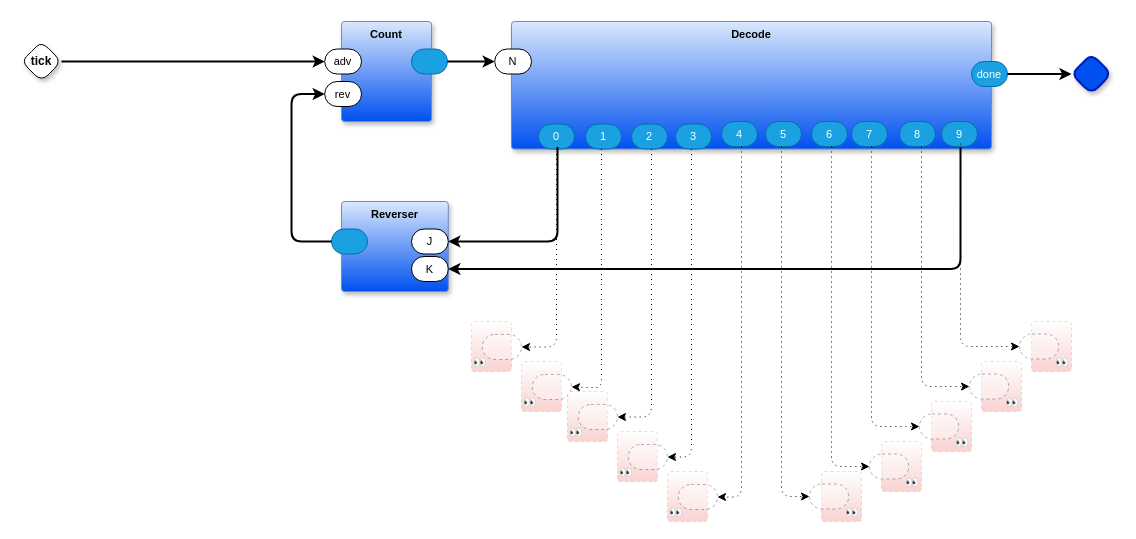
guitarvydas/rtlarson keeps this draw.io diagram as page "Larson" (2 of 2) of scanner.drawio. Above is the earlier version. Source tidied: cells renumbered, new cells numbered last; positions are measured from the earlier drawing's top-left corner, leaving out a move shared by most shapes. Both pictures are drawn from the tidied source at 100%, with x=0, y=0 at pixel (21, 21).
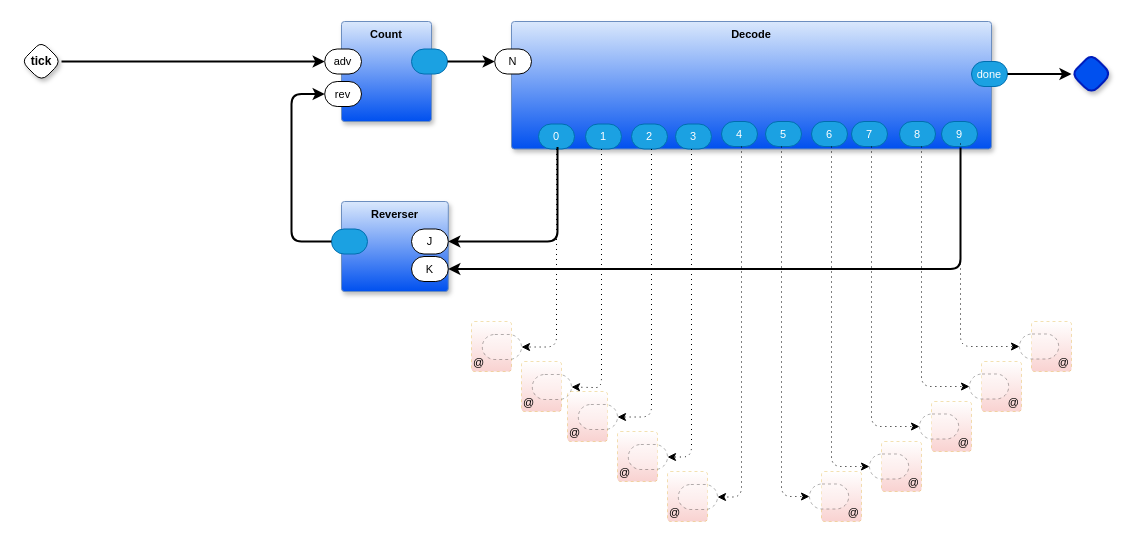
The same diagram, later.

Diff of the diagram source:
```diff
@@
-    <mxCell id="29" value="👀" style="rounded=1;sketch=0;verticalAlign=bottom;arcSize=6;fontStyle=0;absoluteArcSize=1;shadow=0;strokeColor=#d79b00;fillColor=#FFFFFF;fontFamily=Helvetica;fontSize=11;dashed=1;opacity=30;align=right;gradientColor=#EA6B66;fontColor=default;labelBackgroundColor=none;" parent="1" vertex="1">
+    <mxCell id="29" value="@" style="rounded=1;sketch=0;verticalAlign=bottom;arcSize=6;fontStyle=0;absoluteArcSize=1;shadow=0;strokeColor=#d79b00;fillColor=#FFFFFF;fontFamily=Helvetica;fontSize=11;dashed=1;opacity=30;align=right;gradientColor=#EA6B66;fontColor=default;labelBackgroundColor=none;" parent="1" vertex="1">
       <mxGeometry x="1010" y="300" width="40" height="50" as="geometry" />
     </mxCell>
@@
-    <mxCell id="32" value="👀" style="rounded=1;sketch=0;verticalAlign=bottom;arcSize=6;fontStyle=0;absoluteArcSize=1;shadow=0;strokeColor=#d79b00;fillColor=#FFFFFF;fontFamily=Helvetica;fontSize=11;dashed=1;opacity=30;align=right;gradientColor=#EA6B66;fontColor=default;labelBackgroundColor=none;" parent="1" vertex="1">
+    <mxCell id="32" value="@" style="rounded=1;sketch=0;verticalAlign=bottom;arcSize=6;fontStyle=0;absoluteArcSize=1;shadow=0;strokeColor=#d79b00;fillColor=#FFFFFF;fontFamily=Helvetica;fontSize=11;dashed=1;opacity=30;align=right;gradientColor=#EA6B66;fontColor=default;labelBackgroundColor=none;" parent="1" vertex="1">
       <mxGeometry x="960" y="340" width="40" height="50" as="geometry" />
     </mxCell>
@@
-    <mxCell id="34" value="👀" style="rounded=1;sketch=0;verticalAlign=bottom;arcSize=6;fontStyle=0;absoluteArcSize=1;shadow=0;strokeColor=#d79b00;fillColor=#FFFFFF;fontFamily=Helvetica;fontSize=11;dashed=1;opacity=30;align=right;gradientColor=#EA6B66;fontColor=default;labelBackgroundColor=none;" parent="1" vertex="1">
+    <mxCell id="34" value="@" style="rounded=1;sketch=0;verticalAlign=bottom;arcSize=6;fontStyle=0;absoluteArcSize=1;shadow=0;strokeColor=#d79b00;fillColor=#FFFFFF;fontFamily=Helvetica;fontSize=11;dashed=1;opacity=30;align=right;gradientColor=#EA6B66;fontColor=default;labelBackgroundColor=none;" parent="1" vertex="1">
       <mxGeometry x="910" y="380" width="40" height="50" as="geometry" />
     </mxCell>
@@
-    <mxCell id="36" value="👀" style="rounded=1;sketch=0;verticalAlign=bottom;arcSize=6;fontStyle=0;absoluteArcSize=1;shadow=0;strokeColor=#d79b00;fillColor=#FFFFFF;fontFamily=Helvetica;fontSize=11;dashed=1;opacity=30;align=right;gradientColor=#EA6B66;fontColor=default;labelBackgroundColor=none;" parent="1" vertex="1">
+    <mxCell id="36" value="@" style="rounded=1;sketch=0;verticalAlign=bottom;arcSize=6;fontStyle=0;absoluteArcSize=1;shadow=0;strokeColor=#d79b00;fillColor=#FFFFFF;fontFamily=Helvetica;fontSize=11;dashed=1;opacity=30;align=right;gradientColor=#EA6B66;fontColor=default;labelBackgroundColor=none;" parent="1" vertex="1">
       <mxGeometry x="860" y="420" width="40" height="50" as="geometry" />
     </mxCell>
@@
-    <mxCell id="38" value="👀" style="rounded=1;sketch=0;verticalAlign=bottom;arcSize=6;fontStyle=0;absoluteArcSize=1;shadow=0;strokeColor=#d79b00;fillColor=#FFFFFF;fontFamily=Helvetica;fontSize=11;dashed=1;opacity=30;align=right;gradientColor=#EA6B66;fontColor=default;labelBackgroundColor=none;" parent="1" vertex="1">
+    <mxCell id="38" value="@" style="rounded=1;sketch=0;verticalAlign=bottom;arcSize=6;fontStyle=0;absoluteArcSize=1;shadow=0;strokeColor=#d79b00;fillColor=#FFFFFF;fontFamily=Helvetica;fontSize=11;dashed=1;opacity=30;align=right;gradientColor=#EA6B66;fontColor=default;labelBackgroundColor=none;" parent="1" vertex="1">
       <mxGeometry x="800" y="450" width="40" height="50" as="geometry" />
     </mxCell>
@@
-    <mxCell id="40" value="👀" style="rounded=1;sketch=0;verticalAlign=bottom;arcSize=6;fontStyle=0;absoluteArcSize=1;shadow=0;strokeColor=#d79b00;fillColor=#FFFFFF;fontFamily=Helvetica;fontSize=11;dashed=1;opacity=30;align=left;gradientColor=#EA6B66;fontColor=default;labelBackgroundColor=none;" parent="1" vertex="1">
+    <mxCell id="40" value="@" style="rounded=1;sketch=0;verticalAlign=bottom;arcSize=6;fontStyle=0;absoluteArcSize=1;shadow=0;strokeColor=#d79b00;fillColor=#FFFFFF;fontFamily=Helvetica;fontSize=11;dashed=1;opacity=30;align=left;gradientColor=#EA6B66;fontColor=default;labelBackgroundColor=none;" parent="1" vertex="1">
       <mxGeometry x="450" y="300" width="40" height="50" as="geometry" />
     </mxCell>
@@
-    <mxCell id="46" value="👀" style="rounded=1;sketch=0;verticalAlign=bottom;arcSize=6;fontStyle=0;absoluteArcSize=1;shadow=0;strokeColor=#d79b00;fillColor=#FFFFFF;fontFamily=Helvetica;fontSize=11;dashed=1;opacity=30;align=left;gradientColor=#EA6B66;fontColor=default;labelBackgroundColor=none;" parent="1" vertex="1">
+    <mxCell id="46" value="@" style="rounded=1;sketch=0;verticalAlign=bottom;arcSize=6;fontStyle=0;absoluteArcSize=1;shadow=0;strokeColor=#d79b00;fillColor=#FFFFFF;fontFamily=Helvetica;fontSize=11;dashed=1;opacity=30;align=left;gradientColor=#EA6B66;fontColor=default;labelBackgroundColor=none;" parent="1" vertex="1">
       <mxGeometry x="500" y="340" width="40" height="50" as="geometry" />
     </mxCell>
@@
-    <mxCell id="48" value="👀" style="rounded=1;sketch=0;verticalAlign=bottom;arcSize=6;fontStyle=0;absoluteArcSize=1;shadow=0;strokeColor=#d79b00;fillColor=#FFFFFF;fontFamily=Helvetica;fontSize=11;dashed=1;opacity=30;align=left;gradientColor=#EA6B66;fontColor=default;labelBackgroundColor=none;" parent="1" vertex="1">
+    <mxCell id="48" value="@" style="rounded=1;sketch=0;verticalAlign=bottom;arcSize=6;fontStyle=0;absoluteArcSize=1;shadow=0;strokeColor=#d79b00;fillColor=#FFFFFF;fontFamily=Helvetica;fontSize=11;dashed=1;opacity=30;align=left;gradientColor=#EA6B66;fontColor=default;labelBackgroundColor=none;" parent="1" vertex="1">
       <mxGeometry x="546" y="370" width="40" height="50" as="geometry" />
     </mxCell>
@@
-    <mxCell id="50" value="👀" style="rounded=1;sketch=0;verticalAlign=bottom;arcSize=6;fontStyle=0;absoluteArcSize=1;shadow=0;strokeColor=#d79b00;fillColor=#FFFFFF;fontFamily=Helvetica;fontSize=11;dashed=1;opacity=30;align=left;gradientColor=#EA6B66;fontColor=default;labelBackgroundColor=none;" parent="1" vertex="1">
+    <mxCell id="50" value="@" style="rounded=1;sketch=0;verticalAlign=bottom;arcSize=6;fontStyle=0;absoluteArcSize=1;shadow=0;strokeColor=#d79b00;fillColor=#FFFFFF;fontFamily=Helvetica;fontSize=11;dashed=1;opacity=30;align=left;gradientColor=#EA6B66;fontColor=default;labelBackgroundColor=none;" parent="1" vertex="1">
       <mxGeometry x="596" y="410" width="40" height="50" as="geometry" />
     </mxCell>
@@
-    <mxCell id="52" value="👀" style="rounded=1;sketch=0;verticalAlign=bottom;arcSize=6;fontStyle=0;absoluteArcSize=1;shadow=0;strokeColor=#d79b00;fillColor=#FFFFFF;fontFamily=Helvetica;fontSize=11;dashed=1;opacity=30;align=left;gradientColor=#EA6B66;fontColor=default;labelBackgroundColor=none;" parent="1" vertex="1">
+    <mxCell id="52" value="@" style="rounded=1;sketch=0;verticalAlign=bottom;arcSize=6;fontStyle=0;absoluteArcSize=1;shadow=0;strokeColor=#d79b00;fillColor=#FFFFFF;fontFamily=Helvetica;fontSize=11;dashed=1;opacity=30;align=left;gradientColor=#EA6B66;fontColor=default;labelBackgroundColor=none;" parent="1" vertex="1">
       <mxGeometry x="646" y="450" width="40" height="50" as="geometry" />
     </mxCell>
```
